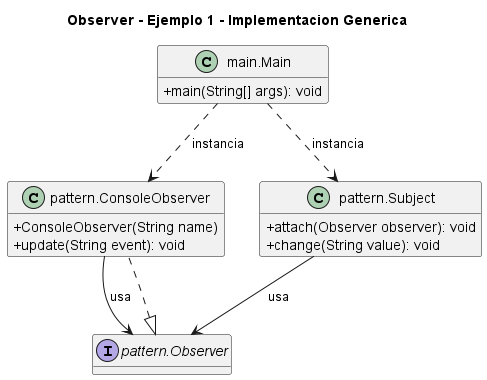
Earlier version of the PlantUML export 3. Comportamentales/Observer/Ejemplo 1 - Implementacion Generica/UML.png (NicoCG32/Patrones-de-Software-y-Programacion-UCN).
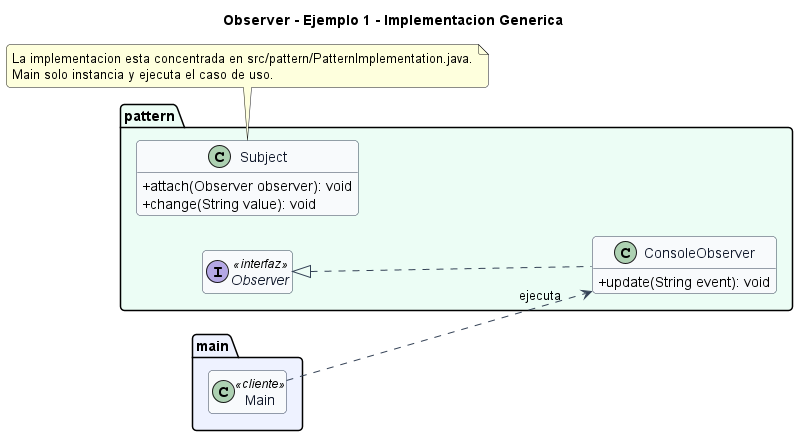
The same file after the commit.

The edit, as a diff of the source:
```diff
@@ -1,23 +1,39 @@
 @startuml
 title Observer - Ejemplo 1 - Implementacion Generica
+left to right direction
+skinparam backgroundColor #FFFFFF
+skinparam shadowing false
+skinparam roundcorner 8
 skinparam classAttributeIconSize 0
-hide empty fields
-class "main.Main" as main_Main {
-  +main(String[] args): void
+skinparam class {
+  BackgroundColor #F8FAFC
+  BorderColor #334155
+  ArrowColor #334155
+  FontColor #0F172A
 }
-class "pattern.ConsoleObserver" as pattern_ConsoleObserver {
-  +ConsoleObserver(String name)
-  +update(String event): void
+hide empty members
+
+package "main" #EEF2FF {
+  class Main <<cliente>>
 }
-interface "pattern.Observer" as pattern_Observer {
+
+package "pattern" #ECFDF5 {
+  class ConsoleObserver {
+    +update(String event): void
+  }
+  interface Observer <<interfaz>> {
+  }
+  class Subject {
+    +attach(Observer observer): void
+    +change(String value): void
+  }
 }
-class "pattern.Subject" as pattern_Subject {
-  +attach(Observer observer): void
-  +change(String value): void
-}
-pattern_Observer <|.. pattern_ConsoleObserver
-main_Main ..> pattern_ConsoleObserver : instancia
-main_Main ..> pattern_Subject : instancia
-pattern_ConsoleObserver --> pattern_Observer : usa
-pattern_Subject --> pattern_Observer : usa
+
+Observer <|.. ConsoleObserver
+Main ..> ConsoleObserver : ejecuta
+
+note bottom
+La implementacion esta concentrada en src/pattern/PatternImplementation.java.
+Main solo instancia y ejecuta el caso de uso.
+end note
 @enduml
```
